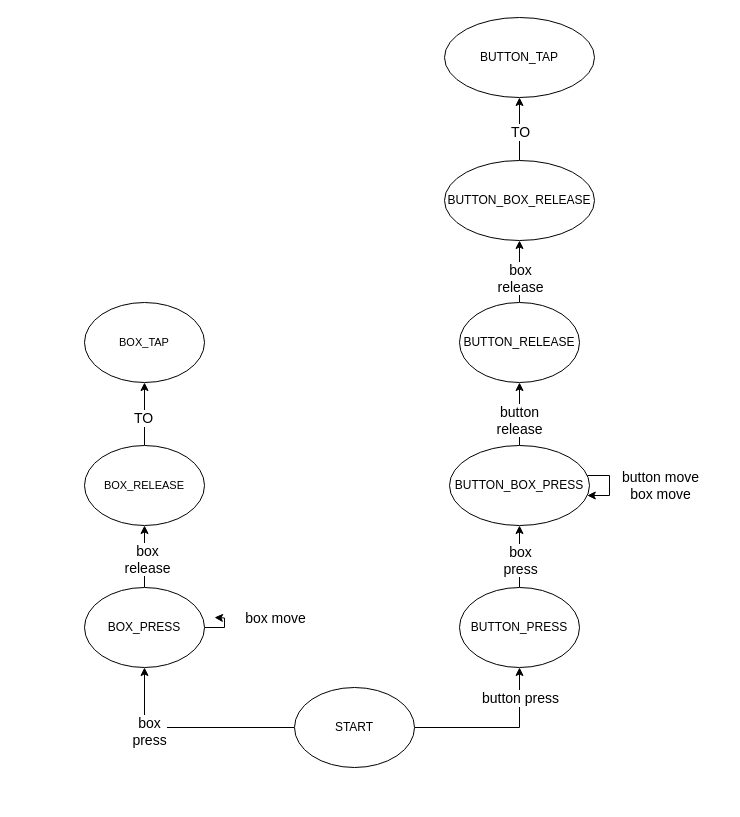
Before: page "states-1" (1 of 4) of doc/screen.drawio in kushnertodd/android-adaptive-ui, a draw.io diagram. Source tidied: cells renumbered, new cells numbered last; positions are measured from the earlier drawing's top-left corner, leaving out a move shared by most shapes. Both pictures are drawn from the tidied source at 100%, with x=0, y=0 at pixel (84, 17).
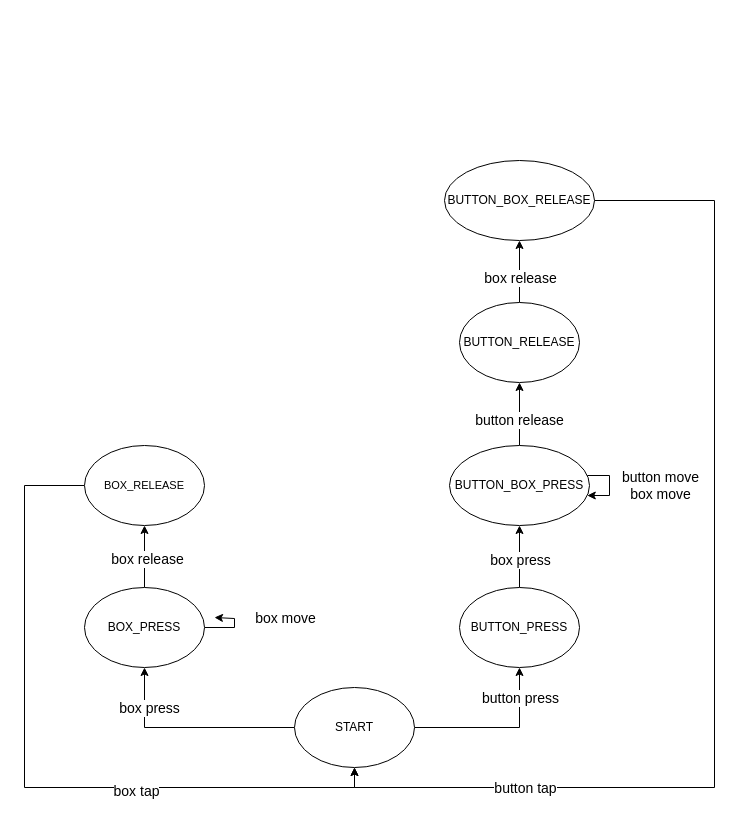
After the change.

Commit message (it also covers changes not shown here):
button-press state not working

Unchanged cells that the change refers to:
```xml
<mxCell id="4" style="edgeStyle=orthogonalEdgeStyle;rounded=0;jettySize=auto;html=1;" parent="1" edge="1" source="6" target="17">
  <mxGeometry relative="1" as="geometry" />
</mxCell>
<mxCell id="6" value="&lt;span style=&quot;text-align: left;&quot;&gt;START&lt;/span&gt;" style="ellipse;whiteSpace=wrap;html=1;" parent="1" vertex="1">
  <mxGeometry x="210" y="670" width="120" height="80" as="geometry" />
</mxCell>
<mxCell id="7" style="edgeStyle=orthogonalEdgeStyle;rounded=0;jettySize=auto;html=1;" parent="1" edge="1" source="9" target="21">
  <mxGeometry relative="1" as="geometry" />
</mxCell>
<mxCell id="10" style="edgeStyle=orthogonalEdgeStyle;rounded=0;jettySize=auto;html=1;" parent="1" edge="1" source="12" target="27">
  <mxGeometry relative="1" as="geometry" />
</mxCell>
<mxCell id="13" style="edgeStyle=orthogonalEdgeStyle;rounded=0;jettySize=auto;html=1;" parent="1" edge="1" source="17" target="24">
  <mxGeometry relative="1" as="geometry" />
</mxCell>
<mxCell id="17" value="&lt;span style=&quot;text-align: left;&quot;&gt;BOX_PRESS&lt;/span&gt;" style="ellipse;whiteSpace=wrap;html=1;" parent="1" vertex="1">
  <mxGeometry y="570" width="120" height="80" as="geometry" />
</mxCell>
<mxCell id="18" style="edgeStyle=orthogonalEdgeStyle;rounded=0;jettySize=auto;html=1;" parent="1" edge="1" source="21" target="12">
  <mxGeometry relative="1" as="geometry" />
</mxCell>
<mxCell id="24" value="&lt;span style=&quot;text-align: left;&quot;&gt;&lt;font style=&quot;font-size: 11px;&quot;&gt;BOX_RELEASE&lt;/font&gt;&lt;/span&gt;" style="ellipse;whiteSpace=wrap;html=1;" parent="1" vertex="1">
  <mxGeometry y="428" width="120" height="80" as="geometry" />
</mxCell>
<mxCell id="27" value="&lt;font style=&quot;font-size: 12px;&quot;&gt;&lt;span style=&quot;text-align: left;&quot;&gt;&lt;font style=&quot;&quot;&gt;BUTTON_&lt;/font&gt;&lt;/span&gt;&lt;span style=&quot;text-align: left;&quot;&gt;BOX_&lt;/span&gt;&lt;span style=&quot;text-align: left;&quot;&gt;&lt;font style=&quot;&quot;&gt;RELEASE&lt;/font&gt;&lt;/span&gt;&lt;/font&gt;" style="ellipse;whiteSpace=wrap;html=1;" parent="1" vertex="1">
  <mxGeometry x="360" y="143" width="150" height="80" as="geometry" />
</mxCell>
```

Change to the diagram source:
```diff
@@
-    <mxCell id="5" value="&lt;span style=&quot;font-size: 14px;&quot;&gt;box&lt;/span&gt;&lt;br style=&quot;font-size: 14px;&quot;&gt;&lt;span style=&quot;font-size: 14px;&quot;&gt;press&lt;/span&gt;" style="edgeLabel;html=1;align=center;verticalAlign=middle;" parent="4" vertex="1">
+    <mxCell id="5" value="&lt;span style=&quot;font-size: 14px;&quot;&gt;box&amp;nbsp;&lt;/span&gt;&lt;span style=&quot;font-size: 14px;&quot;&gt;press&lt;/span&gt;" style="edgeLabel;html=1;align=center;verticalAlign=middle;" parent="4" vertex="1">
       <mxGeometry x="0.5" y="-2" relative="1" as="geometry">
-        <mxPoint x="2" y="11" as="offset" />
+        <mxPoint x="2" y="-12" as="offset" />
       </mxGeometry>
     </mxCell>
@@
-    <mxCell id="8" value="&lt;span style=&quot;font-size: 14px;&quot;&gt;box&lt;br&gt;press&lt;/span&gt;" style="edgeLabel;html=1;align=center;verticalAlign=middle;" parent="7" vertex="1">
+    <mxCell id="8" value="&lt;span style=&quot;font-size: 14px;&quot;&gt;box press&lt;/span&gt;" style="edgeLabel;html=1;align=center;verticalAlign=middle;" parent="7" vertex="1">
       <mxGeometry x="-0.11" relative="1" as="geometry" />
     </mxCell>
@@
-    <mxCell id="11" value="&lt;span style=&quot;font-size: 14px;&quot;&gt;box&lt;br&gt;release&lt;/span&gt;" style="edgeLabel;html=1;align=center;verticalAlign=middle;" parent="10" vertex="1">
+    <mxCell id="11" value="&lt;span style=&quot;font-size: 14px;&quot;&gt;box release&lt;/span&gt;" style="edgeLabel;html=1;align=center;verticalAlign=middle;" parent="10" vertex="1">
       <mxGeometry x="-0.32" y="1" relative="1" as="geometry">
         <mxPoint x="1" y="-4" as="offset" />
       </mxGeometry>
     </mxCell>
@@
-    <mxCell id="14" value="&lt;span style=&quot;font-size: 14px;&quot;&gt;box&lt;/span&gt;&lt;br style=&quot;font-size: 14px;&quot;&gt;&lt;span style=&quot;font-size: 14px;&quot;&gt;release&lt;/span&gt;" style="edgeLabel;html=1;align=center;verticalAlign=middle;" parent="13" vertex="1">
+    <mxCell id="14" value="&lt;span style=&quot;font-size: 14px;&quot;&gt;box&amp;nbsp;&lt;/span&gt;&lt;span style=&quot;font-size: 14px;&quot;&gt;release&lt;/span&gt;" style="edgeLabel;html=1;align=center;verticalAlign=middle;" parent="13" vertex="1">
       <mxGeometry x="-0.07" y="-2" relative="1" as="geometry" />
     </mxCell>
     <mxCell id="15" style="edgeStyle=orthogonalEdgeStyle;rounded=0;jettySize=auto;html=1;" parent="1" edge="1" source="17">
       <mxGeometry relative="1" as="geometry">
         <mxPoint x="130" y="600" as="targetPoint" />
+        <Array as="points">
+          <mxPoint x="150" y="610" />
+          <mxPoint x="150" y="601" />
+          <mxPoint x="130" y="601" />
+        </Array>
       </mxGeometry>
     </mxCell>
@@
-    <mxCell id="19" value="&lt;span style=&quot;font-size: 14px;&quot;&gt;button&lt;br&gt;release&lt;/span&gt;" style="edgeLabel;html=1;align=center;verticalAlign=middle;" parent="18" vertex="1">
+    <mxCell id="19" value="&lt;span style=&quot;font-size: 14px;&quot;&gt;button release&lt;/span&gt;" style="edgeLabel;html=1;align=center;verticalAlign=middle;" parent="18" vertex="1">
       <mxGeometry x="-0.16" y="1" relative="1" as="geometry" />
     </mxCell>
@@
-    <mxCell id="22" style="edgeStyle=orthogonalEdgeStyle;rounded=0;jettySize=auto;html=1;" parent="1" edge="1" source="24" target="29">
-      <mxGeometry relative="1" as="geometry" />
-    </mxCell>
-    <mxCell id="23" value="&lt;span style=&quot;font-size: 14px;&quot;&gt;TO&lt;/span&gt;" style="edgeLabel;html=1;align=center;verticalAlign=middle;" parent="22" vertex="1">
-      <mxGeometry x="-0.12" y="2" relative="1" as="geometry" />
-    </mxCell>
+    <mxCell id="32" style="edgeStyle=orthogonalEdgeStyle;rounded=0;jettySize=auto;html=1;entryX=0.5;entryY=1;entryDx=0;entryDy=0;" parent="1" edge="1" source="24" target="6">
+      <mxGeometry relative="1" as="geometry">
+        <Array as="points">
+          <mxPoint x="-60" y="468" />
+          <mxPoint x="-60" y="770" />
+          <mxPoint x="270" y="770" />
+        </Array>
+      </mxGeometry>
+    </mxCell>
+    <mxCell id="33" value="&lt;font style=&quot;font-size: 14px;&quot;&gt;box tap&lt;/font&gt;" style="edgeLabel;html=1;align=center;verticalAlign=middle;" parent="32" vertex="1">
+      <mxGeometry x="0.33" y="-3" relative="1" as="geometry" />
+    </mxCell>
@@
-    <mxCell id="25" style="edgeStyle=orthogonalEdgeStyle;rounded=0;jettySize=auto;html=1;" parent="1" edge="1" source="27" target="28">
-      <mxGeometry relative="1" as="geometry" />
-    </mxCell>
-    <mxCell id="26" value="&lt;span style=&quot;font-size: 14px;&quot;&gt;TO&lt;/span&gt;" style="edgeLabel;html=1;align=center;verticalAlign=middle;" parent="25" vertex="1">
-      <mxGeometry x="-0.08" relative="1" as="geometry" />
-    </mxCell>
+    <mxCell id="34" style="edgeStyle=orthogonalEdgeStyle;rounded=0;jettySize=auto;html=1;entryX=0.5;entryY=1;entryDx=0;entryDy=0;exitX=1;exitY=0.5;exitDx=0;exitDy=0;" parent="1" edge="1" source="27" target="6">
+      <mxGeometry relative="1" as="geometry">
+        <Array as="points">
+          <mxPoint x="630" y="183" />
+          <mxPoint x="630" y="770" />
+          <mxPoint x="270" y="770" />
+        </Array>
+      </mxGeometry>
+    </mxCell>
+    <mxCell id="35" value="&lt;font style=&quot;font-size: 14px;&quot;&gt;button tap&lt;/font&gt;" style="edgeLabel;html=1;align=center;verticalAlign=middle;" parent="34" vertex="1">
+      <mxGeometry x="0.65" relative="1" as="geometry" />
+    </mxCell>
@@
-    <mxCell id="28" value="&lt;font style=&quot;font-size: 12px;&quot;&gt;&lt;span style=&quot;text-align: left;&quot;&gt;&lt;font style=&quot;&quot;&gt;BUTTON_TAP&lt;/font&gt;&lt;/span&gt;&lt;/font&gt;" style="ellipse;whiteSpace=wrap;html=1;" parent="1" vertex="1">
-      <mxGeometry x="360" width="150" height="80" as="geometry" />
-    </mxCell>
-    <mxCell id="29" value="&lt;span style=&quot;text-align: left;&quot;&gt;&lt;font style=&quot;font-size: 11px;&quot;&gt;BOX_TAP&lt;/font&gt;&lt;/span&gt;" style="ellipse;whiteSpace=wrap;html=1;" parent="1" vertex="1">
-      <mxGeometry y="285" width="120" height="80" as="geometry" />
-    </mxCell>
```
